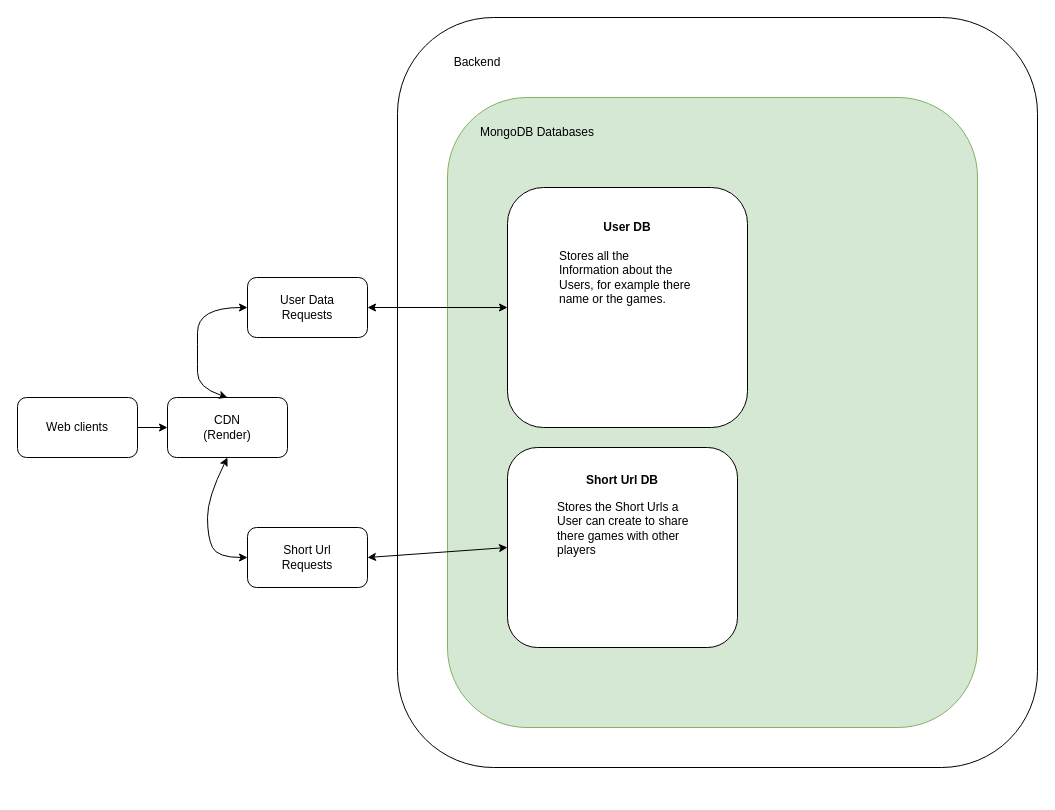
Above: img/architecture.drawio in realgolf/web (draw.io), before the change. Source tidied: cells renumbered, new cells numbered last; positions are measured from the earlier drawing's top-left corner, leaving out a move shared by most shapes. Both pictures are drawn from the tidied source at 100%, with x=0, y=0 at pixel (17, 17).
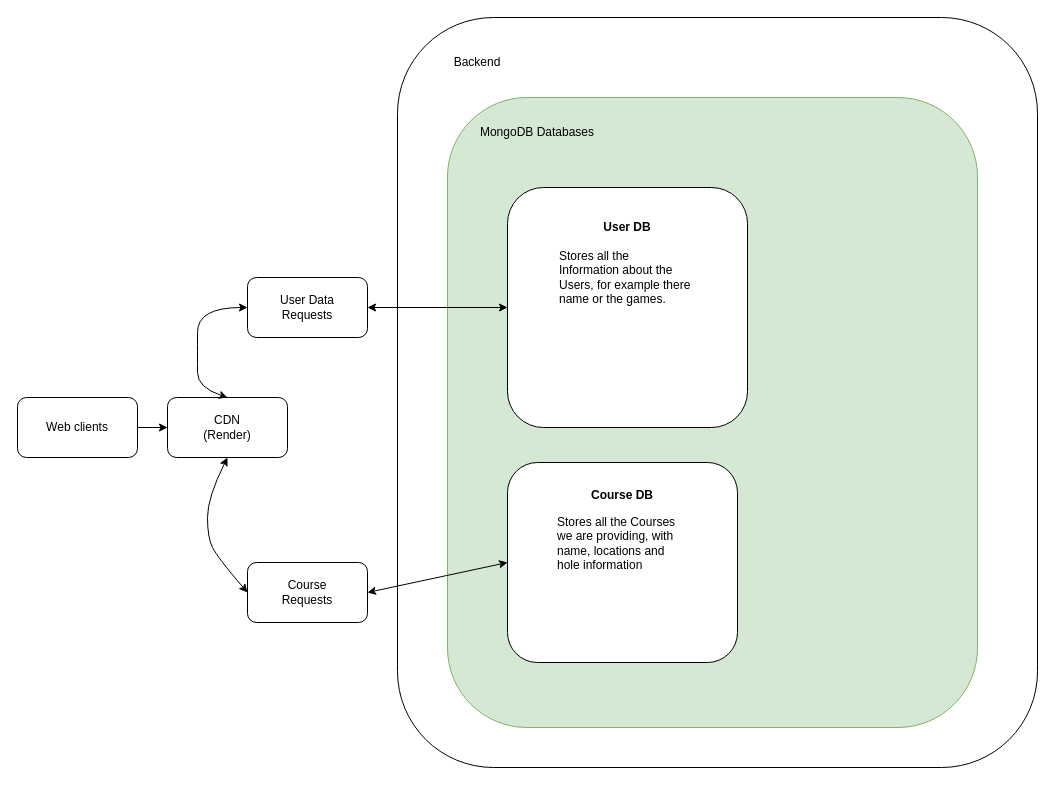
The same page after the edit.

The edit, as a diff of the source:
```diff
@@
     <mxCell id="15" style="group;" parent="1" vertex="1">
-      <mxGeometry x="490" y="430" width="230" height="200" as="geometry" />
+      <mxGeometry x="490" y="445" width="230" height="200" as="geometry" />
     </mxCell>
@@
-    <mxCell id="17" value="Short Url DB" style="text;html=1;strokeColor=none;fillColor=none;align=center;verticalAlign=middle;whiteSpace=wrap;rounded=0;fontStyle=1;" parent="15" vertex="1">
+    <mxCell id="17" value="Course DB" style="text;html=1;strokeColor=none;fillColor=none;align=center;verticalAlign=middle;whiteSpace=wrap;rounded=0;fontStyle=1;" parent="15" vertex="1">
       <mxGeometry x="55.1" y="20.8" width="119.9" height="25" as="geometry" />
     </mxCell>
-    <mxCell id="18" value="Stores the Short Urls a User can create to share there games with other players" style="text;html=1;strokeColor=none;fillColor=none;align=left;verticalAlign=top;whiteSpace=wrap;rounded=0;" parent="15" vertex="1">
+    <mxCell id="18" value="Stores all the Courses we are providing, with name, locations and hole information" style="text;html=1;strokeColor=none;fillColor=none;align=left;verticalAlign=top;whiteSpace=wrap;rounded=0;" parent="15" vertex="1">
       <mxGeometry x="47.5" y="45.8" width="135" height="114" as="geometry" />
     </mxCell>
@@
     <mxCell id="23" style="group;" parent="1" vertex="1">
-      <mxGeometry x="230" y="510" width="120" height="60" as="geometry" />
+      <mxGeometry x="230" y="545" width="120" height="230" as="geometry" />
     </mxCell>
@@
-    <mxCell id="25" value="Short Url Requests" style="text;html=1;strokeColor=none;fillColor=none;align=center;verticalAlign=middle;whiteSpace=wrap;rounded=0;" parent="23" vertex="1">
-      <mxGeometry x="30" y="15" width="60" height="30" as="geometry" />
+    <mxCell id="25" value="Course Requests" style="text;html=1;strokeColor=none;fillColor=none;align=center;verticalAlign=middle;whiteSpace=wrap;rounded=0;" parent="23" vertex="1">
+      <mxGeometry x="30" y="12.5" width="60" height="35" as="geometry" />
     </mxCell>
```
